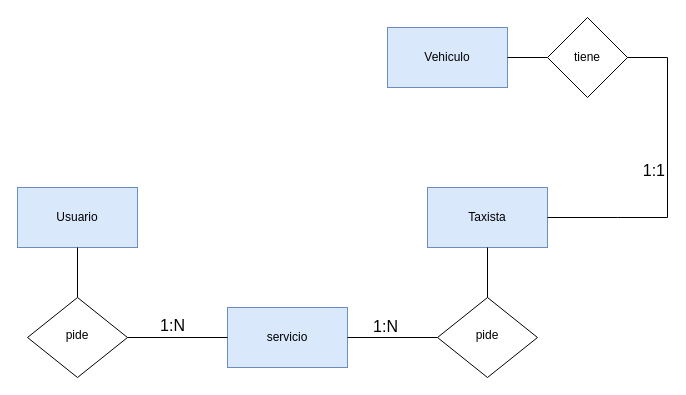
DavidOrtiz27/proyectosBasicos keeps this draw.io diagram as DiagramaBDTaxi.drawio. Above is the earlier version. Source tidied: cells renumbered, new cells numbered last; positions are measured from the earlier drawing's top-left corner, leaving out a move shared by most shapes. Both pictures are drawn from the tidied source at 100%, with x=0, y=0 at pixel (17, 17).
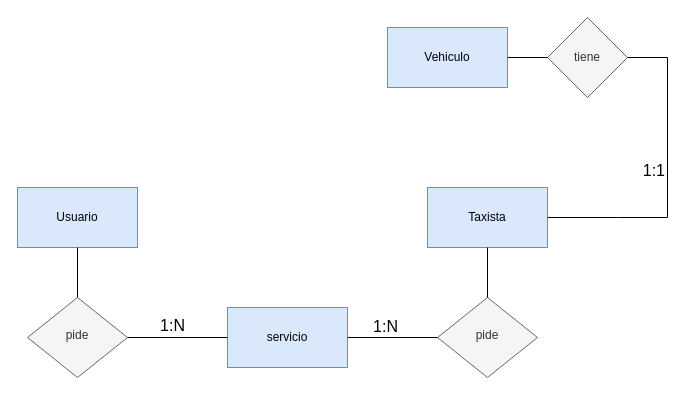
The same diagram, later.

Diff of the diagram source:
```diff
@@
 <mxGraphModel>
   <root>
     <mxCell id="0" />
     <mxCell id="1" parent="0" />
-    <mxCell id="2" value="pide" style="rhombus;whiteSpace=wrap;html=1;shadow=0;fontFamily=Helvetica;fontSize=12;align=center;strokeWidth=1;spacing=6;spacingTop=-4;" parent="1" vertex="1">
+    <mxCell id="2" value="pide" style="rhombus;whiteSpace=wrap;html=1;shadow=0;fontFamily=Helvetica;fontSize=12;align=center;strokeWidth=1;spacing=6;spacingTop=-4;fillColor=#f5f5f5;fontColor=#333333;strokeColor=#666666;" parent="1" vertex="1">
       <mxGeometry x="10" y="280" width="100" height="80" as="geometry" />
     </mxCell>
     <mxCell id="3" value="servicio" style="rounded=0;whiteSpace=wrap;html=1;fillColor=#dae8fc;strokeColor=#6c8ebf;" parent="1" vertex="1">
       <mxGeometry x="210" y="290" width="120" height="60" as="geometry" />
     </mxCell>
     <mxCell id="4" value="Taxista" style="rounded=0;whiteSpace=wrap;html=1;fillColor=#dae8fc;strokeColor=#6c8ebf;" parent="1" vertex="1">
       <mxGeometry x="410" y="170" width="120" height="60" as="geometry" />
     </mxCell>
     <mxCell id="5" value="Usuario" style="rounded=0;whiteSpace=wrap;html=1;fillColor=#dae8fc;strokeColor=#6c8ebf;" parent="1" vertex="1">
       <mxGeometry y="170" width="120" height="60" as="geometry" />
     </mxCell>
-    <mxCell id="6" value="pide" style="rhombus;whiteSpace=wrap;html=1;shadow=0;fontFamily=Helvetica;fontSize=12;align=center;strokeWidth=1;spacing=6;spacingTop=-4;" parent="1" vertex="1">
+    <mxCell id="6" value="pide" style="rhombus;whiteSpace=wrap;html=1;shadow=0;fontFamily=Helvetica;fontSize=12;align=center;strokeWidth=1;spacing=6;spacingTop=-4;fillColor=#f5f5f5;fontColor=#333333;strokeColor=#666666;" parent="1" vertex="1">
       <mxGeometry x="420" y="280" width="100" height="80" as="geometry" />
     </mxCell>
     <mxCell id="7" value="Vehiculo" style="rounded=0;whiteSpace=wrap;html=1;fillColor=#dae8fc;strokeColor=#6c8ebf;" parent="1" vertex="1">
       <mxGeometry x="370" y="10" width="120" height="60" as="geometry" />
     </mxCell>
-    <mxCell id="8" value="tiene" style="rhombus;whiteSpace=wrap;html=1;" parent="1" vertex="1">
+    <mxCell id="8" value="tiene" style="rhombus;whiteSpace=wrap;html=1;fillColor=#f5f5f5;fontColor=#333333;strokeColor=#666666;" parent="1" vertex="1">
       <mxGeometry x="530" width="80" height="80" as="geometry" />
     </mxCell>
     <mxCell id="9" style="endArrow=none;html=1;rounded=0;exitX=1;exitY=0.5;exitDx=0;exitDy=0;entryX=0;entryY=0.5;entryDx=0;entryDy=0;" parent="1" edge="1" source="7" target="8">
       <mxGeometry relative="1" as="geometry" />
     </mxCell>
     <mxCell id="10" style="endArrow=none;html=1;rounded=0;exitX=1;exitY=0.5;exitDx=0;exitDy=0;entryX=1;entryY=0.5;entryDx=0;entryDy=0;fontSize=16;horizontal=1;labelPosition=center;verticalLabelPosition=top;align=center;verticalAlign=bottom;" parent="1" edge="1" source="8" target="4">
       <mxGeometry relative="1" as="geometry">
         <Array as="points">
           <mxPoint x="650" y="40" />
           <mxPoint x="650" y="200" />
           <mxPoint x="600" y="200" />
         </Array>
       </mxGeometry>
     </mxCell>
     <mxCell id="11" value="1:1" style="edgeLabel;html=1;align=right;verticalAlign=middle;fontSize=16;horizontal=1;labelPosition=left;verticalLabelPosition=middle;" parent="10" vertex="1">
       <mxGeometry x="-0.05" y="-2" relative="1" as="geometry" />
     </mxCell>
     <mxCell id="12" style="endArrow=none;html=1;rounded=0;entryX=0.5;entryY=1;entryDx=0;entryDy=0;" parent="1" edge="1" source="6" target="4">
       <mxGeometry relative="1" as="geometry" />
     </mxCell>
     <mxCell id="13" style="endArrow=none;html=1;rounded=0;entryX=0;entryY=0.5;entryDx=0;entryDy=0;" parent="1" edge="1" source="3" target="6">
       <mxGeometry relative="1" as="geometry" />
     </mxCell>
     <mxCell id="14" value="1:N" style="edgeLabel;html=1;align=center;verticalAlign=bottom;fontSize=16;horizontal=1;labelPosition=center;verticalLabelPosition=top;" parent="13" vertex="1">
       <mxGeometry x="-0.18" relative="1" as="geometry" />
     </mxCell>
     <mxCell id="15" style="endArrow=none;html=1;rounded=0;entryX=0;entryY=0.5;entryDx=0;entryDy=0;exitX=1;exitY=0.5;exitDx=0;exitDy=0;verticalAlign=bottom;" parent="1" edge="1" source="2" target="3">
       <mxGeometry relative="1" as="geometry" />
     </mxCell>
     <mxCell id="16" value="1:N" style="edgeLabel;html=1;align=center;verticalAlign=bottom;fontSize=16;horizontal=1;labelPosition=center;verticalLabelPosition=top;" parent="15" vertex="1">
       <mxGeometry x="-0.12" y="1" relative="1" as="geometry" />
     </mxCell>
     <mxCell id="17" style="endArrow=none;html=1;rounded=0;entryX=0.5;entryY=1;entryDx=0;entryDy=0;exitX=0.5;exitY=0;exitDx=0;exitDy=0;" parent="1" edge="1" source="2" target="5">
       <mxGeometry relative="1" as="geometry" />
     </mxCell>
   </root>
 </mxGraphModel>
```
